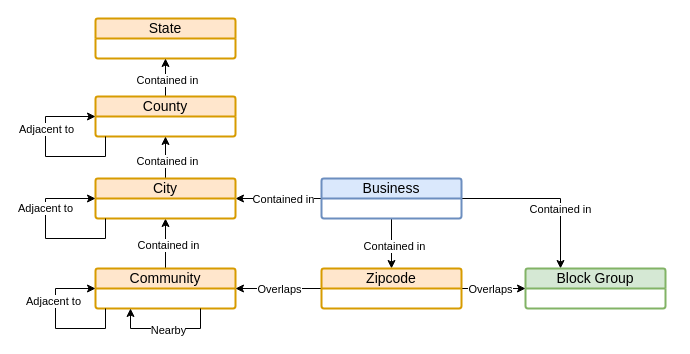
Before: graph_model.drawio in swhoyle/business-opportunity-graph, a draw.io diagram. Source tidied: cells renumbered, new cells numbered last; positions are measured from the earlier drawing's top-left corner, leaving out a move shared by most shapes. Both pictures are drawn from the tidied source at 100%, with x=0, y=0 at pixel (45, 18).
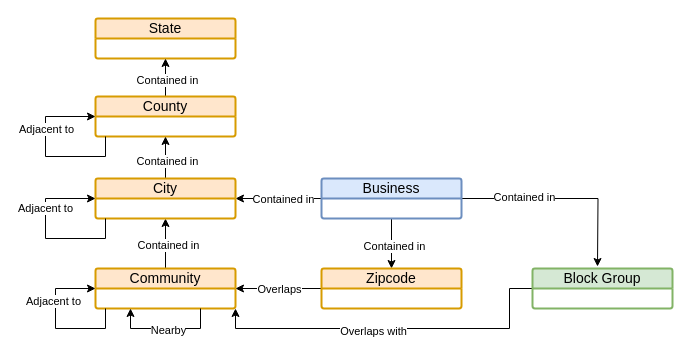
Above is the later version.

Unchanged cells that the change refers to:
```xml
<mxCell id="8" value="Business" style="swimlane;horizontal=1;startSize=20;rounded=1;fontSize=14;fontStyle=0;strokeWidth=2;shadow=0;dashed=0;align=center;arcSize=4;whiteSpace=wrap;html=1;fillColor=#dae8fc;strokeColor=#6c8ebf;" parent="1" vertex="1">
  <mxGeometry x="276" y="160" width="140" height="40" as="geometry" />
</mxCell>
<mxCell id="12" value="Community" style="swimlane;horizontal=1;startSize=20;rounded=1;fontSize=14;fontStyle=0;strokeWidth=2;shadow=0;dashed=0;align=center;arcSize=4;whiteSpace=wrap;html=1;fillColor=#ffe6cc;strokeColor=#d79b00;" parent="1" vertex="1">
  <mxGeometry x="50" y="250" width="140" height="40" as="geometry" />
</mxCell>
<mxCell id="24" value="Zipcode" style="swimlane;horizontal=1;startSize=20;rounded=1;fontSize=14;fontStyle=0;strokeWidth=2;shadow=0;dashed=0;align=center;arcSize=4;whiteSpace=wrap;html=1;fillColor=#ffe6cc;strokeColor=#d79b00;" parent="1" vertex="1">
  <mxGeometry x="276" y="250" width="140" height="40" as="geometry" />
</mxCell>
```

The edit, as a diff of the source:
```diff
@@
-    <mxCell id="4" style="edgeStyle=orthogonalEdgeStyle;rounded=0;jettySize=auto;html=1;exitX=1;exitY=0.5;exitDx=0;exitDy=0;entryX=0.25;entryY=0;entryDx=0;entryDy=0;" parent="1" edge="1" source="8" target="16">
-      <mxGeometry relative="1" as="geometry" />
+    <mxCell id="4" style="edgeStyle=orthogonalEdgeStyle;rounded=0;jettySize=auto;html=1;exitX=1;exitY=0.5;exitDx=0;exitDy=0;" parent="1" edge="1" source="8">
+      <mxGeometry relative="1" as="geometry">
+        <mxPoint x="552" y="248" as="targetPoint" />
+      </mxGeometry>
     </mxCell>
     <mxCell id="5" value="Contained in" style="edgeLabel;html=1;align=center;verticalAlign=middle;" parent="4" vertex="1">
-      <mxGeometry x="0.29" y="-1" relative="1" as="geometry" />
+      <mxGeometry x="0.29" y="-1" relative="1" as="geometry">
+        <mxPoint x="-70" y="-3" as="offset" />
+      </mxGeometry>
     </mxCell>
@@
+    <mxCell id="33" style="edgeStyle=orthogonalEdgeStyle;rounded=0;jettySize=auto;html=1;exitX=0;exitY=0.5;exitDx=0;exitDy=0;entryX=1;entryY=1;entryDx=0;entryDy=0;" parent="1" edge="1" source="16" target="12">
+      <mxGeometry relative="1" as="geometry">
+        <Array as="points">
+          <mxPoint x="464" y="270" />
+          <mxPoint x="464" y="310" />
+          <mxPoint x="190" y="310" />
+        </Array>
+      </mxGeometry>
+    </mxCell>
+    <mxCell id="34" value="Overlaps with" style="edgeLabel;html=1;align=center;verticalAlign=middle;" parent="33" vertex="1">
+      <mxGeometry x="0.12" y="2" relative="1" as="geometry" />
+    </mxCell>
     <mxCell id="16" value="Block Group" style="swimlane;horizontal=1;startSize=20;rounded=1;fontSize=14;fontStyle=0;strokeWidth=2;shadow=0;dashed=0;align=center;arcSize=4;whiteSpace=wrap;html=1;fillColor=#d5e8d4;strokeColor=#82b366;" parent="1" vertex="1">
-      <mxGeometry x="480" y="250" width="140" height="40" as="geometry" />
+      <mxGeometry x="487" y="250" width="140" height="40" as="geometry" />
     </mxCell>
@@
-    <mxCell id="20" style="edgeStyle=orthogonalEdgeStyle;rounded=0;jettySize=auto;html=1;exitX=1;exitY=0.5;exitDx=0;exitDy=0;" parent="1" edge="1" source="24" target="16">
-      <mxGeometry relative="1" as="geometry" />
-    </mxCell>
-    <mxCell id="21" value="Overlaps" style="edgeLabel;html=1;align=center;verticalAlign=middle;" parent="20" vertex="1">
-      <mxGeometry x="-0.12" relative="1" as="geometry" />
-    </mxCell>
```
